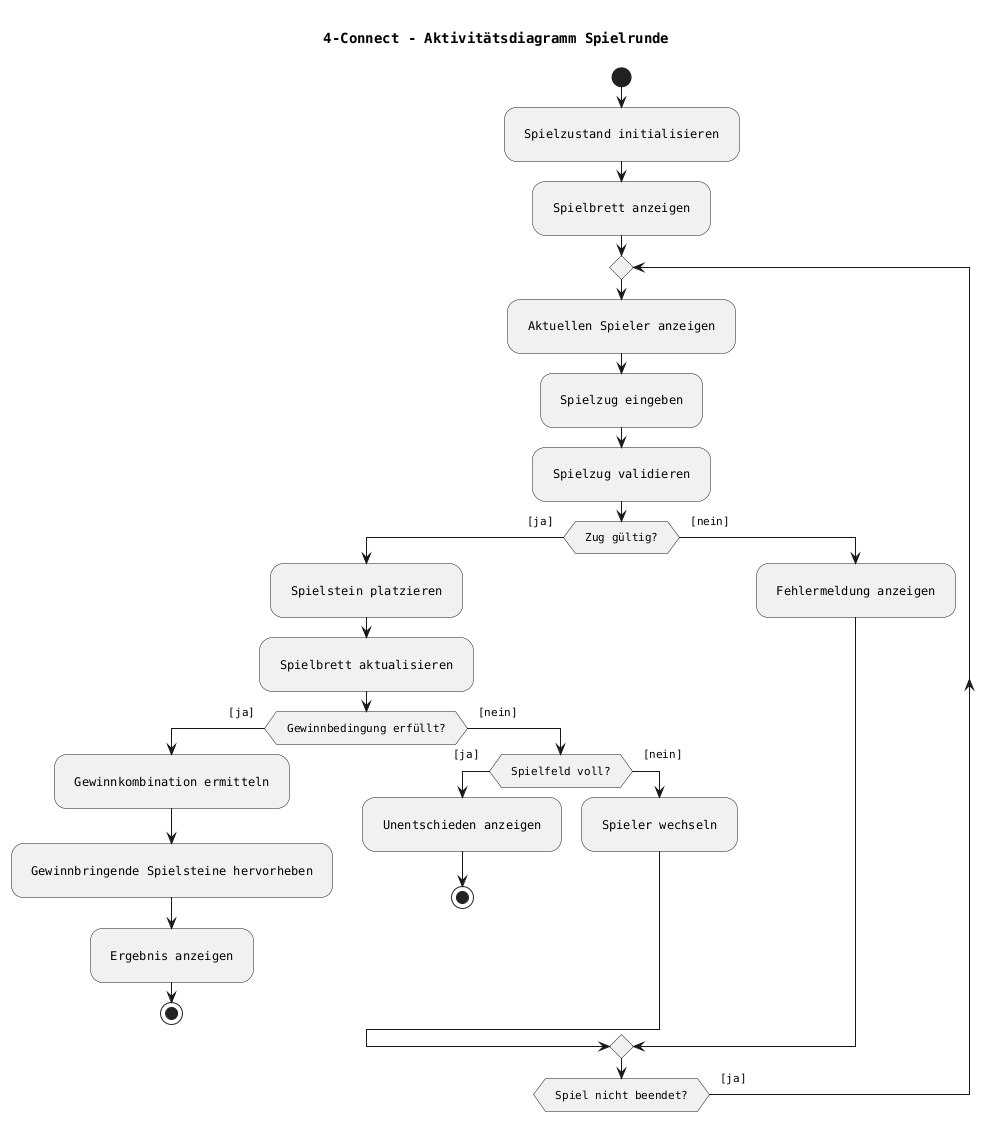
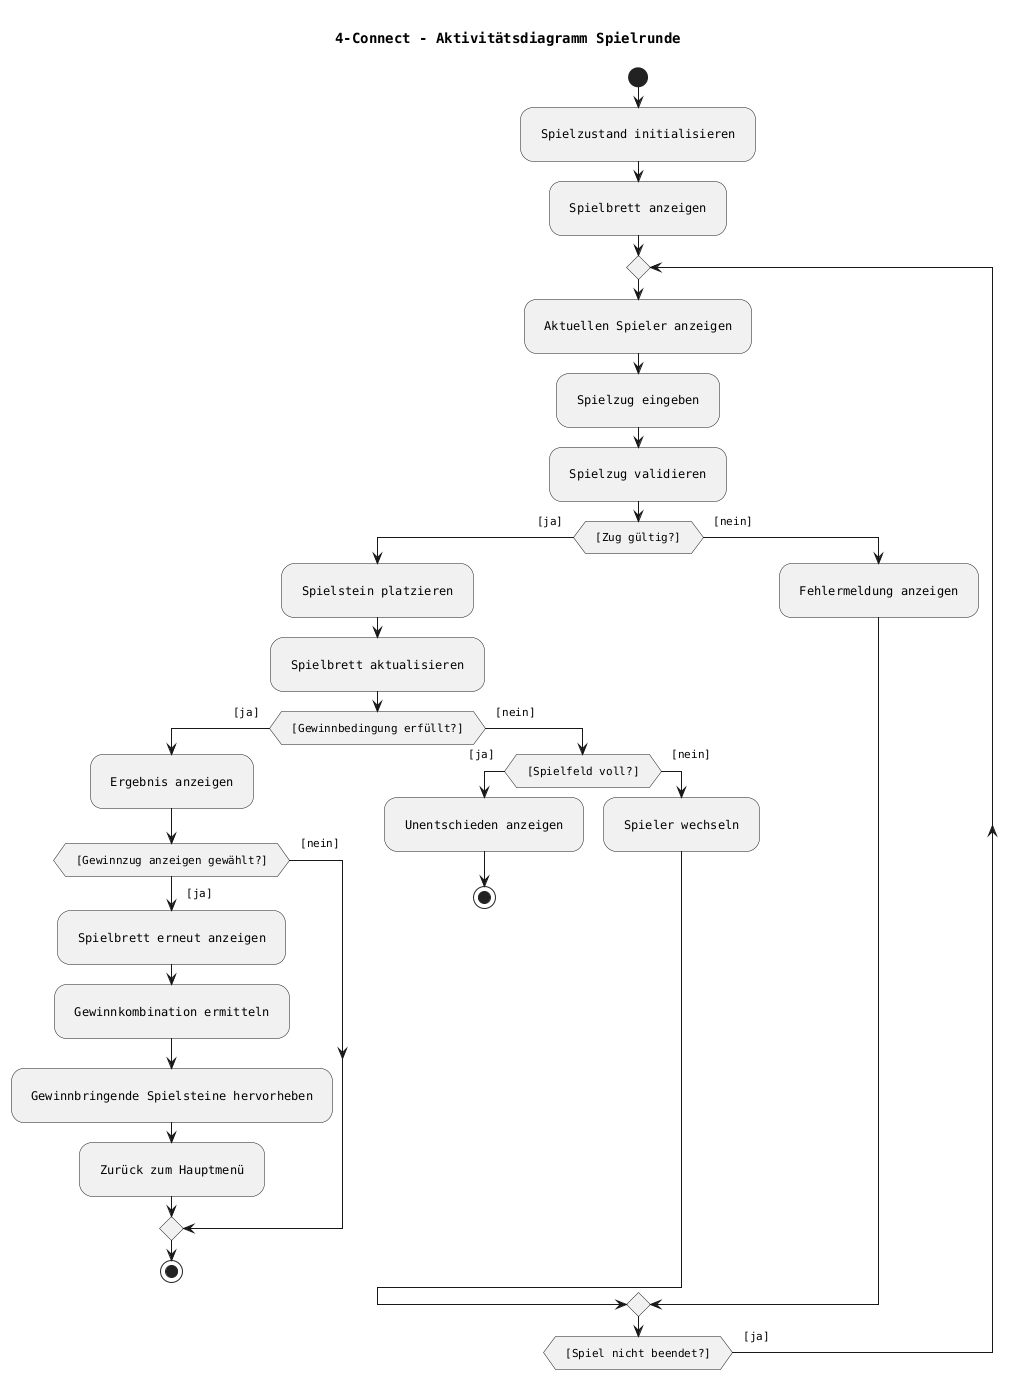
@startuml
title 4-Connect - Aktivitätsdiagramm Spielrunde

skinparam defaultFontName Monospaced
skinparam linetype ortho
skinparam nodesep 300
skinparam ranksep 300
skinparam padding 10

start

:Spielzustand initialisieren;
:Spielbrett anzeigen;

repeat
  :Aktuellen Spieler anzeigen;
  :Spielzug eingeben;
  :Spielzug validieren;

-   if (Zug gültig?) then ([ja])
+   if ([Zug gültig?]) then ([ja])
    :Spielstein platzieren;
    :Spielbrett aktualisieren;

-     if (Gewinnbedingung erfüllt?) then ([ja])
-       :Gewinnkombination ermitteln;
-       :Gewinnbringende Spielsteine hervorheben;
+     if ([Gewinnbedingung erfüllt?]) then ([ja])
      :Ergebnis anzeigen;
+ 
+       if ([Gewinnzug anzeigen gewählt?]) then ([ja])
+         :Spielbrett erneut anzeigen;
+         :Gewinnkombination ermitteln;
+         :Gewinnbringende Spielsteine hervorheben;
+         :Zurück zum Hauptmenü;
+       else ([nein])
+       endif
+ 
      stop
+ 
    else ([nein])
-       if (Spielfeld voll?) then ([ja])
+       if ([Spielfeld voll?]) then ([ja])
        :Unentschieden anzeigen;
        stop
      else ([nein])
        :Spieler wechseln;
      endif
    endif

  else ([nein])
    :Fehlermeldung anzeigen;
  endif

- repeat while (Spiel nicht beendet?) is ([ja])
+ repeat while ([Spiel nicht beendet?]) is ([ja])

@enduml
